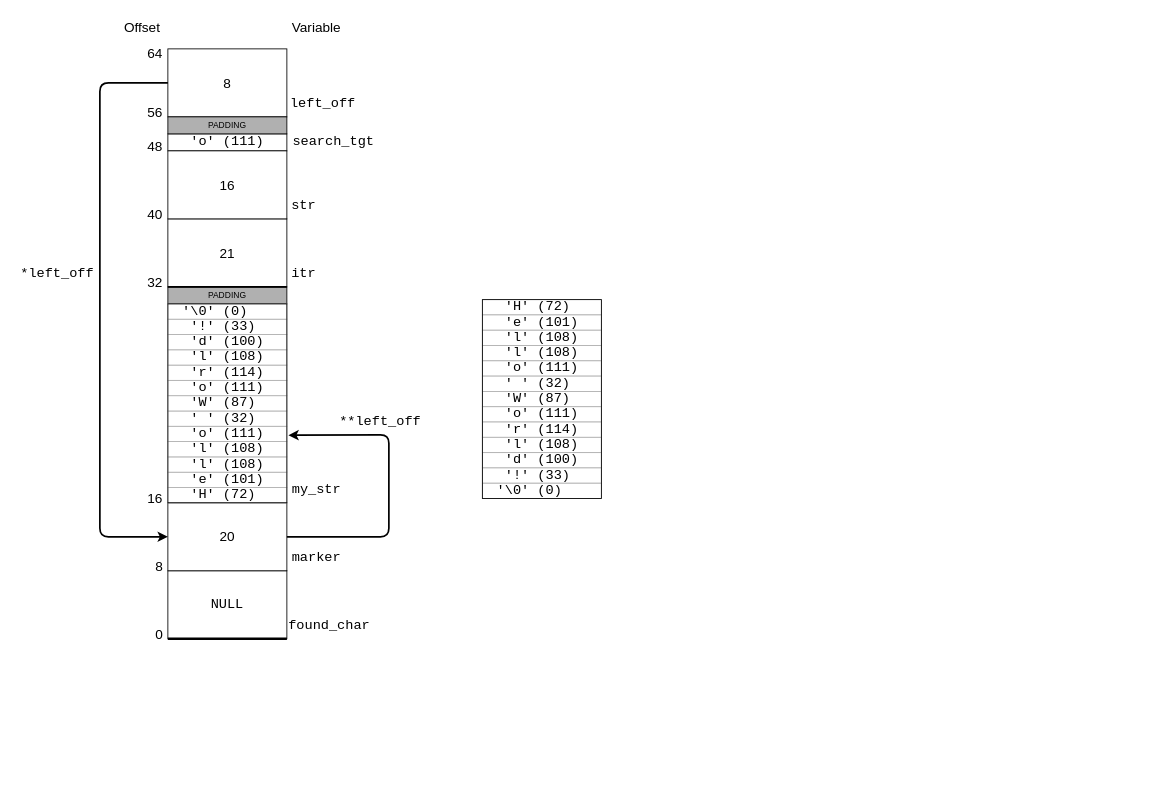
Before: Pointers/diagrams/fullstack.drawio in z-adams/Tutorials, a draw.io diagram. Source tidied: cells renumbered, new cells numbered last; positions are measured from the earlier drawing's top-left corner, leaving out a move shared by most shapes. Both pictures are drawn from the tidied source at 85%, with x=0, y=0 at pixel (14, 14).
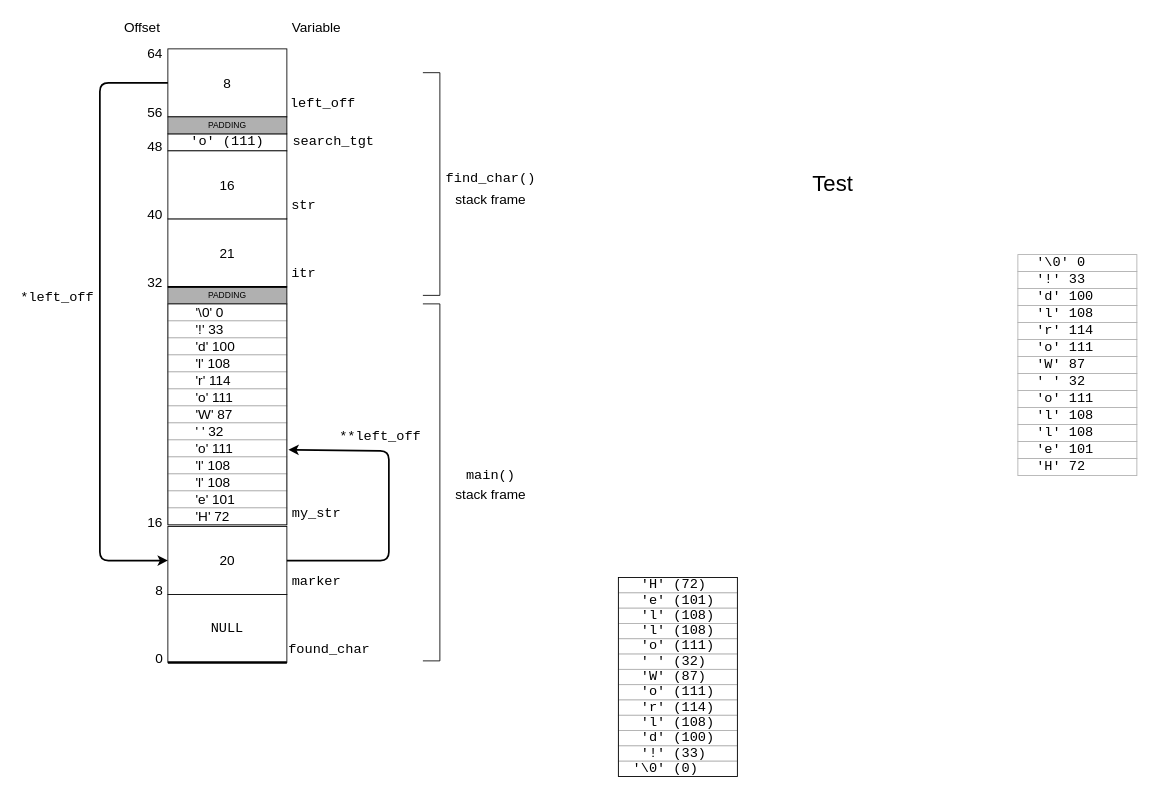
Above is the later version.

Unchanged cells that the change refers to:
```xml
<mxCell id="15" value="8" style="rounded=0;whiteSpace=wrap;html=1;fontSize=16;fillColor=#FFFFFF;" parent="1" vertex="1">
  <mxGeometry x="180" y="40" width="140" height="80" as="geometry" />
</mxCell>
```

The edit, as a diff of the source:
```diff
@@
     <mxCell id="2" value="&lt;pre&gt;NULL&lt;/pre&gt;" style="rounded=0;whiteSpace=wrap;html=1;fontSize=16;" parent="1" vertex="1">
-      <mxGeometry x="180" y="654" width="140" height="80" as="geometry" />
+      <mxGeometry x="180" y="682" width="140" height="80" as="geometry" />
     </mxCell>
     <mxCell id="3" value="20" style="rounded=0;whiteSpace=wrap;html=1;fontSize=16;" parent="1" vertex="1">
-      <mxGeometry x="180" y="574" width="140" height="80" as="geometry" />
+      <mxGeometry x="180" y="602" width="140" height="80" as="geometry" />
     </mxCell>
@@
     <mxCell id="6" value="0" style="text;html=1;strokeColor=none;fillColor=none;align=center;verticalAlign=middle;whiteSpace=wrap;rounded=0;fontSize=16;" parent="1" vertex="1">
-      <mxGeometry x="160" y="714" width="20" height="30" as="geometry" />
+      <mxGeometry x="160" y="742" width="20" height="30" as="geometry" />
     </mxCell>
     <mxCell id="7" value="8" style="text;html=1;strokeColor=none;fillColor=none;align=center;verticalAlign=middle;whiteSpace=wrap;rounded=0;fontSize=16;" parent="1" vertex="1">
-      <mxGeometry x="160" y="634" width="20" height="30" as="geometry" />
+      <mxGeometry x="160" y="662" width="20" height="30" as="geometry" />
     </mxCell>
     <mxCell id="8" value="16" style="text;html=1;strokeColor=none;fillColor=none;align=center;verticalAlign=middle;whiteSpace=wrap;rounded=0;fontSize=16;" parent="1" vertex="1">
-      <mxGeometry x="150" y="554" width="30" height="30" as="geometry" />
+      <mxGeometry x="150" y="582" width="30" height="30" as="geometry" />
     </mxCell>
@@
     <mxCell id="11" value="&lt;pre&gt;my_str&lt;/pre&gt;" style="text;html=1;strokeColor=none;fillColor=none;align=center;verticalAlign=middle;whiteSpace=wrap;rounded=0;fontSize=16;" parent="1" vertex="1">
-      <mxGeometry x="330" y="544" width="50" height="30" as="geometry" />
+      <mxGeometry x="330" y="572" width="50" height="30" as="geometry" />
     </mxCell>
     <mxCell id="12" value="&lt;pre&gt;marker&lt;/pre&gt;" style="text;html=1;strokeColor=none;fillColor=none;align=center;verticalAlign=middle;whiteSpace=wrap;rounded=0;fontSize=16;" parent="1" vertex="1">
-      <mxGeometry x="320" y="624" width="70" height="30" as="geometry" />
+      <mxGeometry x="320" y="652" width="70" height="30" as="geometry" />
     </mxCell>
     <mxCell id="13" value="&lt;pre&gt;found_char&lt;/pre&gt;" style="text;html=1;strokeColor=none;fillColor=none;align=center;verticalAlign=middle;whiteSpace=wrap;rounded=0;fontSize=16;" parent="1" vertex="1">
-      <mxGeometry x="360" y="704" width="20" height="30" as="geometry" />
+      <mxGeometry x="360" y="732" width="20" height="30" as="geometry" />
     </mxCell>
@@
     <mxCell id="25" style="group;" parent="1" vertex="1">
-      <mxGeometry x="550" y="335" width="140" height="244" as="geometry" />
+      <mxGeometry x="710" y="662" width="140" height="244" as="geometry" />
     </mxCell>
@@
-    <mxCell id="40" style="group;" parent="1" vertex="1">
-      <mxGeometry x="180" y="340" width="140" height="234" as="geometry" />
-    </mxCell>
-    <mxCell id="41" value="&lt;blockquote&gt;&lt;pre&gt;&lt;font style=&quot;font-size: 16px&quot;&gt;'H' (&lt;/font&gt;&lt;font style=&quot;font-size: 16px&quot;&gt;72) &lt;/font&gt;&lt;/pre&gt;&lt;/blockquote&gt;" style="rounded=0;whiteSpace=wrap;html=1;fontSize=16;align=center;verticalAlign=middle;strokeColor=#B0B0B0;" parent="40" vertex="1">
-      <mxGeometry y="216" width="140" height="18" as="geometry" />
-    </mxCell>
+    <mxCell id="55" value="&lt;pre&gt;itr&lt;/pre&gt;" style="text;html=1;strokeColor=none;fillColor=none;align=center;verticalAlign=middle;whiteSpace=wrap;rounded=0;fontSize=16;" parent="1" vertex="1">
+      <mxGeometry x="320" y="290" width="40" height="30" as="geometry" />
+    </mxCell>
+    <mxCell id="56" value="&lt;pre&gt;str&lt;/pre&gt;" style="text;html=1;strokeColor=none;fillColor=none;align=center;verticalAlign=middle;whiteSpace=wrap;rounded=0;fontSize=16;" parent="1" vertex="1">
+      <mxGeometry x="320" y="210" width="40" height="30" as="geometry" />
+    </mxCell>
+    <mxCell id="57" value="&lt;div&gt;&lt;pre&gt;search_tgt&lt;/pre&gt;&lt;/div&gt;" style="text;html=1;strokeColor=none;fillColor=none;align=center;verticalAlign=middle;whiteSpace=wrap;rounded=0;fontSize=16;" parent="1" vertex="1">
+      <mxGeometry x="320" y="134" width="110" height="30" as="geometry" />
+    </mxCell>
+    <mxCell id="58" value="&lt;pre&gt;left_off&lt;/pre&gt;" style="text;html=1;strokeColor=none;fillColor=none;align=center;verticalAlign=middle;whiteSpace=wrap;rounded=0;fontSize=16;" parent="1" vertex="1">
+      <mxGeometry x="320" y="90" width="85" height="30" as="geometry" />
+    </mxCell>
+    <mxCell id="59" style="endArrow=classic;html=1;strokeWidth=2;exitX=0;exitY=0.5;exitDx=0;exitDy=0;entryX=0;entryY=0.5;entryDx=0;entryDy=0;" parent="1" edge="1" source="15" target="3">
+      <mxGeometry relative="1" as="geometry">
+        <Array as="points">
+          <mxPoint x="100" y="80" />
+          <mxPoint x="100" y="642" />
+        </Array>
+      </mxGeometry>
+    </mxCell>
+    <mxCell id="60" value="&lt;pre&gt;*left_off&lt;/pre&gt;" style="text;html=1;strokeColor=none;fillColor=none;align=center;verticalAlign=middle;whiteSpace=wrap;rounded=0;fontSize=16;" parent="1" vertex="1">
+      <mxGeometry y="318" width="100" height="30" as="geometry" />
+    </mxCell>
+    <mxCell id="61" style="endArrow=classic;html=1;strokeWidth=2;exitX=1;exitY=0.5;exitDx=0;exitDy=0;entryX=1.013;entryY=0.66;entryDx=0;entryDy=0;entryPerimeter=0;" parent="1" edge="1" source="3" target="54">
+      <mxGeometry relative="1" as="geometry">
+        <Array as="points">
+          <mxPoint x="440" y="642" />
+          <mxPoint x="440" y="513" />
+        </Array>
+      </mxGeometry>
+    </mxCell>
+    <mxCell id="62" value="&lt;pre&gt;**left_off&lt;/pre&gt;" style="text;html=1;strokeColor=none;fillColor=none;align=center;verticalAlign=middle;whiteSpace=wrap;rounded=0;fontSize=16;" parent="1" vertex="1">
+      <mxGeometry x="380" y="482" width="100" height="30" as="geometry" />
+    </mxCell>
+    <mxCell id="63" style="endArrow=none;html=1;strokeColor=#000000;rounded=0;" parent="1" edge="1">
+      <mxGeometry relative="1" as="geometry">
+        <mxPoint x="480" y="760" as="sourcePoint" />
+        <mxPoint x="480" y="340" as="targetPoint" />
+        <Array as="points">
+          <mxPoint x="500" y="760" />
+          <mxPoint x="500" y="340" />
+        </Array>
+      </mxGeometry>
+    </mxCell>
+    <mxCell id="64" style="endArrow=none;html=1;strokeColor=#000000;rounded=0;" parent="1" edge="1">
+      <mxGeometry relative="1" as="geometry">
+        <mxPoint x="480" y="330" as="sourcePoint" />
+        <mxPoint x="480" y="68" as="targetPoint" />
+        <Array as="points">
+          <mxPoint x="500" y="330" />
+          <mxPoint x="500" y="68" />
+        </Array>
+      </mxGeometry>
+    </mxCell>
+    <mxCell id="65" value="&lt;p style=&quot;line-height: 80%&quot;&gt;&lt;/p&gt;&lt;div&gt;&lt;pre style=&quot;line-height: 40%&quot;&gt;find_char()&lt;/pre&gt;&lt;/div&gt;&lt;div style=&quot;line-height: 80%&quot;&gt;stack frame&lt;br&gt;&lt;/div&gt;&lt;p&gt;&lt;/p&gt;" style="text;html=1;strokeColor=none;fillColor=none;align=center;verticalAlign=middle;whiteSpace=wrap;rounded=0;fontSize=16;" parent="1" vertex="1">
+      <mxGeometry x="510" y="192" width="100" height="30" as="geometry" />
+    </mxCell>
+    <mxCell id="66" value="&lt;pre style=&quot;line-height: 0%&quot;&gt;main()&lt;/pre&gt;&lt;div style=&quot;line-height: 80%&quot;&gt;stack frame&lt;br&gt;&lt;/div&gt;&lt;p&gt;&lt;/p&gt;" style="text;html=1;strokeColor=none;fillColor=none;align=center;verticalAlign=middle;whiteSpace=wrap;rounded=0;fontSize=16;" parent="1" vertex="1">
+      <mxGeometry x="510" y="542" width="100" height="30" as="geometry" />
+    </mxCell>
-    <mxCell id="42" value="&lt;pre&gt;&lt;font style=&quot;font-size: 16px&quot;&gt;'e' (&lt;/font&gt;&lt;font style=&quot;font-size: 16px&quot;&gt;101)&lt;/font&gt;&lt;/pre&gt;" style="rounded=0;whiteSpace=wrap;html=1;fontSize=16;align=center;strokeColor=#B0B0B0;" parent="40" vertex="1">
-      <mxGeometry y="198" width="140" height="18" as="geometry" />
+    <mxCell id="42" value="&lt;pre&gt;&lt;font style=&quot;font-size: 16px&quot;&gt;'e' &lt;/font&gt;&lt;font style=&quot;font-size: 16px&quot;&gt;101&lt;/font&gt;&lt;/pre&gt;" style="rounded=0;html=1;fontSize=16;align=left;strokeColor=#B0B0B0;spacingLeft=20;" parent="1" vertex="1">
+      <mxGeometry x="1180" y="502" width="140" height="20" as="geometry" />
     </mxCell>
-    <mxCell id="43" value="&lt;pre&gt;&lt;font style=&quot;font-size: 16px&quot;&gt;'l' (&lt;/font&gt;&lt;font style=&quot;font-size: 16px&quot;&gt;108)&lt;/font&gt;&lt;/pre&gt;" style="rounded=0;whiteSpace=wrap;html=1;fontSize=16;align=center;strokeColor=#B0B0B0;" parent="40" vertex="1">
-      <mxGeometry y="180" width="140" height="18" as="geometry" />
+    <mxCell id="43" value="&lt;pre&gt;&lt;font style=&quot;font-size: 16px&quot;&gt;'l' &lt;/font&gt;&lt;font style=&quot;font-size: 16px&quot;&gt;108&lt;/font&gt;&lt;/pre&gt;" style="rounded=0;html=1;fontSize=16;align=left;strokeColor=#B0B0B0;spacingLeft=20;" parent="1" vertex="1">
+      <mxGeometry x="1180" y="482" width="140" height="20" as="geometry" />
     </mxCell>
-    <mxCell id="44" value="&lt;pre&gt;&lt;font style=&quot;font-size: 16px&quot;&gt;'l' (&lt;/font&gt;&lt;font style=&quot;font-size: 16px&quot;&gt;108)&lt;/font&gt;&lt;/pre&gt;" style="rounded=0;whiteSpace=wrap;html=1;fontSize=16;align=center;strokeColor=#B0B0B0;" parent="40" vertex="1">
-      <mxGeometry y="162" width="140" height="18" as="geometry" />
+    <mxCell id="44" value="&lt;pre&gt;&lt;font style=&quot;font-size: 16px&quot;&gt;'l' &lt;/font&gt;&lt;font style=&quot;font-size: 16px&quot;&gt;108&lt;/font&gt;&lt;/pre&gt;" style="rounded=0;html=1;fontSize=16;align=left;strokeColor=#B0B0B0;spacingLeft=20;" parent="1" vertex="1">
+      <mxGeometry x="1180" y="462" width="140" height="20" as="geometry" />
     </mxCell>
-    <mxCell id="45" value="&lt;pre&gt;&lt;font style=&quot;font-size: 16px&quot;&gt;'o' (111&lt;/font&gt;&lt;font style=&quot;font-size: 16px&quot;&gt;)&lt;/font&gt;&lt;/pre&gt;" style="rounded=0;whiteSpace=wrap;html=1;fontSize=16;align=center;strokeColor=#B0B0B0;" parent="40" vertex="1">
-      <mxGeometry y="144" width="140" height="18" as="geometry" />
+    <mxCell id="45" value="&lt;pre&gt;&lt;font style=&quot;font-size: 16px&quot;&gt;'o' 111&lt;/font&gt;&lt;/pre&gt;" style="rounded=0;html=1;fontSize=16;align=left;strokeColor=#B0B0B0;spacingLeft=20;" parent="1" vertex="1">
+      <mxGeometry x="1180" y="442" width="140" height="20" as="geometry" />
     </mxCell>
-    <mxCell id="46" value="&lt;pre&gt;&lt;font style=&quot;font-size: 16px&quot;&gt;' ' (32&lt;/font&gt;&lt;font style=&quot;font-size: 16px&quot;&gt;) &lt;/font&gt;&lt;/pre&gt;" style="rounded=0;whiteSpace=wrap;html=1;fontSize=16;align=center;strokeColor=#B0B0B0;" parent="40" vertex="1">
-      <mxGeometry y="126" width="140" height="18" as="geometry" />
+    <mxCell id="46" value="&lt;pre&gt;&lt;font style=&quot;font-size: 16px&quot;&gt;' ' 32&lt;/font&gt;&lt;/pre&gt;" style="rounded=0;html=1;fontSize=16;align=left;strokeColor=#B0B0B0;spacingLeft=20;" parent="1" vertex="1">
+      <mxGeometry x="1180" y="422" width="140" height="20" as="geometry" />
     </mxCell>
-    <mxCell id="47" value="&lt;pre&gt;&lt;font style=&quot;font-size: 16px&quot;&gt;'W' (87&lt;/font&gt;&lt;font style=&quot;font-size: 16px&quot;&gt;) &lt;/font&gt;&lt;/pre&gt;" style="rounded=0;whiteSpace=wrap;html=1;fontSize=16;align=center;strokeColor=#B0B0B0;" parent="40" vertex="1">
-      <mxGeometry y="108" width="140" height="18" as="geometry" />
+    <mxCell id="47" value="&lt;pre&gt;&lt;font style=&quot;font-size: 16px&quot;&gt;'W' 87&lt;/font&gt;&lt;/pre&gt;" style="rounded=0;html=1;fontSize=16;align=left;strokeColor=#B0B0B0;spacingLeft=20;" parent="1" vertex="1">
+      <mxGeometry x="1180" y="402" width="140" height="20" as="geometry" />
     </mxCell>
-    <mxCell id="48" value="&lt;pre&gt;&lt;font style=&quot;font-size: 16px&quot;&gt;'o' (111&lt;/font&gt;&lt;font style=&quot;font-size: 16px&quot;&gt;)&lt;/font&gt;&lt;/pre&gt;" style="rounded=0;whiteSpace=wrap;html=1;fontSize=16;align=center;strokeColor=#B0B0B0;" parent="40" vertex="1">
-      <mxGeometry y="90" width="140" height="18" as="geometry" />
+    <mxCell id="48" value="&lt;pre&gt;&lt;font style=&quot;font-size: 16px&quot;&gt;'o' 111&lt;/font&gt;&lt;/pre&gt;" style="rounded=0;html=1;fontSize=16;align=left;strokeColor=#B0B0B0;spacingLeft=20;" parent="1" vertex="1">
+      <mxGeometry x="1180" y="382" width="140" height="20" as="geometry" />
     </mxCell>
-    <mxCell id="49" value="&lt;pre&gt;&lt;font style=&quot;font-size: 16px&quot;&gt;'r' (114&lt;/font&gt;&lt;font style=&quot;font-size: 16px&quot;&gt;)&lt;/font&gt;&lt;/pre&gt;" style="rounded=0;whiteSpace=wrap;html=1;fontSize=16;align=center;strokeColor=#B0B0B0;" parent="40" vertex="1">
-      <mxGeometry y="72" width="140" height="18" as="geometry" />
+    <mxCell id="49" value="&lt;pre&gt;&lt;font style=&quot;font-size: 16px&quot;&gt;'r' 114&lt;/font&gt;&lt;/pre&gt;" style="rounded=0;html=1;fontSize=16;align=left;strokeColor=#B0B0B0;spacingLeft=20;" parent="1" vertex="1">
+      <mxGeometry x="1180" y="362" width="140" height="20" as="geometry" />
     </mxCell>
-    <mxCell id="50" value="&lt;pre&gt;&lt;font style=&quot;font-size: 16px&quot;&gt;'l' (108&lt;/font&gt;&lt;font style=&quot;font-size: 16px&quot;&gt;)&lt;/font&gt;&lt;/pre&gt;" style="rounded=0;whiteSpace=wrap;html=1;fontSize=16;align=center;strokeColor=#B0B0B0;" parent="40" vertex="1">
-      <mxGeometry y="54" width="140" height="18" as="geometry" />
+    <mxCell id="50" value="&lt;pre&gt;&lt;font style=&quot;font-size: 16px&quot;&gt;'l' 108&lt;/font&gt;&lt;/pre&gt;" style="rounded=0;html=1;fontSize=16;align=left;strokeColor=#B0B0B0;spacingLeft=20;" parent="1" vertex="1">
+      <mxGeometry x="1180" y="342" width="140" height="20" as="geometry" />
     </mxCell>
-    <mxCell id="51" value="&lt;pre&gt;&lt;font style=&quot;font-size: 16px&quot;&gt;'d' (100&lt;/font&gt;&lt;font style=&quot;font-size: 16px&quot;&gt;)&lt;/font&gt;&lt;/pre&gt;" style="rounded=0;whiteSpace=wrap;html=1;fontSize=16;align=center;strokeColor=#B0B0B0;" parent="40" vertex="1">
-      <mxGeometry y="36" width="140" height="18" as="geometry" />
+    <mxCell id="51" value="&lt;pre&gt;'d' 100&lt;/pre&gt;" style="rounded=0;fontSize=16;align=left;strokeColor=#B0B0B0;html=1;spacingLeft=20;" parent="1" vertex="1">
+      <mxGeometry x="1180" y="322" width="140" height="20" as="geometry" />
     </mxCell>
-    <mxCell id="52" value="&lt;pre&gt;&lt;font style=&quot;font-size: 16px&quot;&gt;'!' (33&lt;/font&gt;&lt;font style=&quot;font-size: 16px&quot;&gt;) &lt;/font&gt;&lt;/pre&gt;" style="rounded=0;whiteSpace=wrap;html=1;fontSize=16;align=center;strokeColor=#B0B0B0;" parent="40" vertex="1">
-      <mxGeometry y="18" width="140" height="18" as="geometry" />
+    <mxCell id="52" value="&lt;pre&gt;&lt;font style=&quot;font-size: 16px&quot;&gt;'!' 33&lt;/font&gt;&lt;/pre&gt;" style="rounded=0;html=1;fontSize=16;align=left;strokeColor=#B0B0B0;spacingLeft=20;" parent="1" vertex="1">
+      <mxGeometry x="1180" y="302" width="140" height="20" as="geometry" />
     </mxCell>
-    <mxCell id="53" value="&lt;pre&gt;&lt;font style=&quot;font-size: 16px&quot;&gt;'\0' (0&lt;/font&gt;&lt;font style=&quot;font-size: 16px&quot;&gt;)   &lt;/font&gt;&lt;/pre&gt;" style="rounded=0;whiteSpace=wrap;html=1;fontSize=16;align=center;strokeColor=#B0B0B0;" parent="40" vertex="1">
-      <mxGeometry width="140" height="18" as="geometry" />
+    <mxCell id="53" value="&lt;pre&gt;&lt;font style=&quot;font-size: 16px&quot;&gt;'\0' 0&lt;/font&gt;&lt;/pre&gt;" style="rounded=0;html=1;fontSize=16;align=left;strokeColor=#B0B0B0;spacingLeft=20;" parent="1" vertex="1">
+      <mxGeometry x="1180" y="282" width="140" height="20" as="geometry" />
     </mxCell>
+    <mxCell id="67" value="&lt;pre&gt;&lt;font style=&quot;font-size: 16px&quot;&gt;'H' 72&lt;/font&gt;&lt;/pre&gt;" style="rounded=0;html=1;fontSize=16;align=left;strokeColor=#B0B0B0;spacingLeft=20;" parent="1" vertex="1">
+      <mxGeometry x="1180" y="522" width="140" height="20" as="geometry" />
+    </mxCell>
+    <mxCell id="68" value="'\0' 0" style="rounded=0;whiteSpace=wrap;align=left;fontFamily=Ubuntu Mono;fontSize=16;spacingLeft=31;strokeColor=#B0B0B0;" parent="1" vertex="1">
+      <mxGeometry x="180" y="340" width="140" height="20" as="geometry" />
+    </mxCell>
+    <mxCell id="69" value="'!' 33" style="rounded=0;whiteSpace=wrap;align=left;fontFamily=Ubuntu Mono;fontSize=16;spacingLeft=31;strokeColor=#B0B0B0;" parent="1" vertex="1">
+      <mxGeometry x="180" y="360" width="140" height="20" as="geometry" />
+    </mxCell>
+    <mxCell id="70" value="'d' 100" style="rounded=0;whiteSpace=wrap;align=left;fontFamily=Ubuntu Mono;fontSize=16;spacingLeft=31;strokeColor=#B0B0B0;" parent="1" vertex="1">
+      <mxGeometry x="180" y="380" width="140" height="20" as="geometry" />
+    </mxCell>
+    <mxCell id="71" value="'l' 108" style="rounded=0;whiteSpace=wrap;align=left;fontFamily=Ubuntu Mono;fontSize=16;spacingLeft=31;strokeColor=#B0B0B0;" parent="1" vertex="1">
+      <mxGeometry x="180" y="400" width="140" height="20" as="geometry" />
+    </mxCell>
+    <mxCell id="72" value="'r' 114" style="rounded=0;whiteSpace=wrap;align=left;fontFamily=Ubuntu Mono;fontSize=16;spacingLeft=31;strokeColor=#B0B0B0;" parent="1" vertex="1">
+      <mxGeometry x="180" y="420" width="140" height="20" as="geometry" />
+    </mxCell>
+    <mxCell id="73" value="'o' 111" style="rounded=0;whiteSpace=wrap;align=left;fontFamily=Ubuntu Mono;fontSize=16;spacingLeft=31;strokeColor=#B0B0B0;" parent="1" vertex="1">
+      <mxGeometry x="180" y="440" width="140" height="20" as="geometry" />
+    </mxCell>
+    <mxCell id="74" value="'W' 87" style="rounded=0;whiteSpace=wrap;align=left;fontFamily=Ubuntu Mono;fontSize=16;spacingLeft=31;strokeColor=#B0B0B0;" parent="1" vertex="1">
+      <mxGeometry x="180" y="460" width="140" height="20" as="geometry" />
+    </mxCell>
+    <mxCell id="75" value="' ' 32" style="rounded=0;whiteSpace=wrap;align=left;fontFamily=Ubuntu Mono;fontSize=16;spacingLeft=31;strokeColor=#B0B0B0;" parent="1" vertex="1">
+      <mxGeometry x="180" y="480" width="140" height="20" as="geometry" />
+    </mxCell>
+    <mxCell id="76" value="'o' 111" style="rounded=0;whiteSpace=wrap;align=left;fontFamily=Ubuntu Mono;fontSize=16;spacingLeft=31;strokeColor=#B0B0B0;" parent="1" vertex="1">
+      <mxGeometry x="180" y="500" width="140" height="20" as="geometry" />
+    </mxCell>
+    <mxCell id="77" value="'l' 108" style="rounded=0;whiteSpace=wrap;align=left;fontFamily=Ubuntu Mono;fontSize=16;spacingLeft=31;strokeColor=#B0B0B0;" parent="1" vertex="1">
+      <mxGeometry x="180" y="520" width="140" height="20" as="geometry" />
+    </mxCell>
+    <mxCell id="78" value="'l' 108" style="rounded=0;whiteSpace=wrap;align=left;fontFamily=Ubuntu Mono;fontSize=16;spacingLeft=31;strokeColor=#B0B0B0;" parent="1" vertex="1">
+      <mxGeometry x="180" y="540" width="140" height="20" as="geometry" />
+    </mxCell>
+    <mxCell id="79" value="'e' 101" style="rounded=0;whiteSpace=wrap;align=left;fontFamily=Ubuntu Mono;fontSize=16;spacingLeft=31;strokeColor=#B0B0B0;" parent="1" vertex="1">
+      <mxGeometry x="180" y="560" width="140" height="20" as="geometry" />
+    </mxCell>
+    <mxCell id="80" value="'H' 72" style="rounded=0;whiteSpace=wrap;align=left;fontFamily=Ubuntu Mono;fontSize=16;spacingLeft=31;strokeColor=#B0B0B0;" parent="1" vertex="1">
+      <mxGeometry x="180" y="580" width="140" height="20" as="geometry" />
+    </mxCell>
+    <mxCell id="81" value="&lt;font style=&quot;font-size: 26px&quot;&gt;Test&lt;/font&gt;" style="text;html=1;align=center;verticalAlign=middle;fontFamily=Ubuntu Mono;" parent="1" vertex="1">
+      <mxGeometry x="927" y="189" width="70" height="20" as="geometry" />
+    </mxCell>
-    <mxCell id="54" style="rounded=0;whiteSpace=wrap;html=1;align=center;fillColor=none;" parent="40" vertex="1">
-      <mxGeometry width="140" height="234" as="geometry" />
+    <mxCell id="54" style="rounded=0;whiteSpace=wrap;html=1;align=center;fillColor=none;" parent="1" vertex="1">
+      <mxGeometry x="180" y="340" width="140" height="260" as="geometry" />
     </mxCell>
-    <mxCell id="55" value="&lt;pre&gt;itr&lt;/pre&gt;" style="text;html=1;strokeColor=none;fillColor=none;align=center;verticalAlign=middle;whiteSpace=wrap;rounded=0;fontSize=16;" parent="1" vertex="1">
-      <mxGeometry x="320" y="290" width="40" height="30" as="geometry" />
-    </mxCell>
-    <mxCell id="56" value="&lt;pre&gt;str&lt;/pre&gt;" style="text;html=1;strokeColor=none;fillColor=none;align=center;verticalAlign=middle;whiteSpace=wrap;rounded=0;fontSize=16;" parent="1" vertex="1">
-      <mxGeometry x="320" y="210" width="40" height="30" as="geometry" />
-    </mxCell>
-    <mxCell id="57" value="&lt;div&gt;&lt;pre&gt;search_tgt&lt;/pre&gt;&lt;/div&gt;" style="text;html=1;strokeColor=none;fillColor=none;align=center;verticalAlign=middle;whiteSpace=wrap;rounded=0;fontSize=16;" parent="1" vertex="1">
-      <mxGeometry x="320" y="134" width="110" height="30" as="geometry" />
-    </mxCell>
-    <mxCell id="58" value="&lt;pre&gt;left_off&lt;/pre&gt;" style="text;html=1;strokeColor=none;fillColor=none;align=center;verticalAlign=middle;whiteSpace=wrap;rounded=0;fontSize=16;" parent="1" vertex="1">
-      <mxGeometry x="320" y="90" width="85" height="30" as="geometry" />
-    </mxCell>
-    <mxCell id="59" style="endArrow=classic;html=1;strokeWidth=2;exitX=0;exitY=0.5;exitDx=0;exitDy=0;entryX=0;entryY=0.5;entryDx=0;entryDy=0;" parent="1" edge="1" source="15" target="3">
-      <mxGeometry relative="1" as="geometry">
-        <Array as="points">
-          <mxPoint x="100" y="80" />
-          <mxPoint x="100" y="614" />
-        </Array>
-      </mxGeometry>
-    </mxCell>
-    <mxCell id="60" value="&lt;pre&gt;*left_off&lt;/pre&gt;" style="text;html=1;strokeColor=none;fillColor=none;align=center;verticalAlign=middle;whiteSpace=wrap;rounded=0;fontSize=16;" parent="1" vertex="1">
-      <mxGeometry y="290" width="100" height="30" as="geometry" />
-    </mxCell>
-    <mxCell id="61" style="endArrow=classic;html=1;strokeWidth=2;exitX=1;exitY=0.5;exitDx=0;exitDy=0;entryX=1.013;entryY=0.66;entryDx=0;entryDy=0;entryPerimeter=0;" parent="1" edge="1" source="3" target="54">
-      <mxGeometry relative="1" as="geometry">
-        <Array as="points">
-          <mxPoint x="440" y="614" />
-          <mxPoint x="440" y="494" />
-        </Array>
-      </mxGeometry>
-    </mxCell>
-    <mxCell id="62" value="&lt;pre&gt;**left_off&lt;/pre&gt;" style="text;html=1;strokeColor=none;fillColor=none;align=center;verticalAlign=middle;whiteSpace=wrap;rounded=0;fontSize=16;" parent="1" vertex="1">
-      <mxGeometry x="380" y="464" width="100" height="30" as="geometry" />
-    </mxCell>
```
